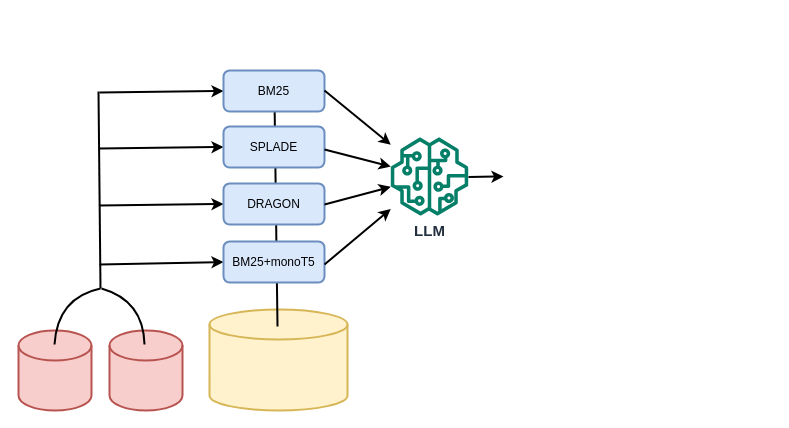
Before: Data Generation.drawio in Dundalia/Dundalia, a draw.io diagram. Source tidied: cells renumbered, new cells numbered last; positions are measured from the earlier drawing's top-left corner, leaving out a move shared by most shapes. Both pictures are drawn from the tidied source at 100%, with x=0, y=0 at pixel (18, 70).
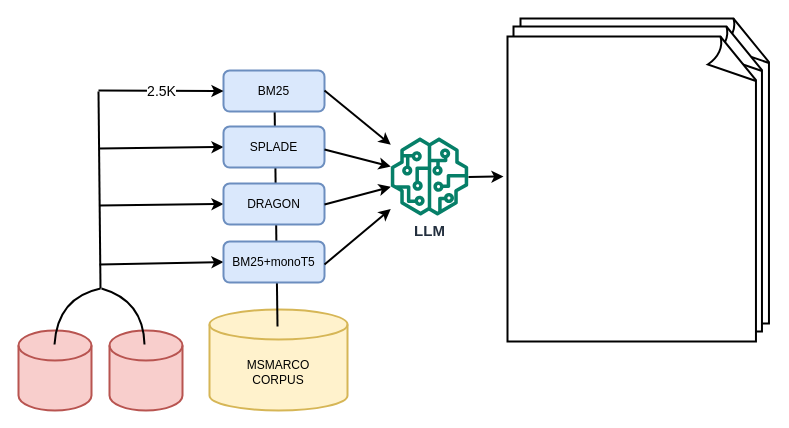
The same diagram, later.

Unchanged cells that the change refers to:
```xml
<mxCell id="13" value="BM25" style="rounded=1;whiteSpace=wrap;html=1;fillColor=#dae8fc;strokeColor=#6c8ebf;strokeWidth=2;" parent="1" vertex="1">
  <mxGeometry x="205" width="101" height="41" as="geometry" />
</mxCell>
```

Change to the diagram source:
```diff
@@
-    <mxCell id="7" style="endArrow=classic;html=1;rounded=0;strokeWidth=2;entryX=0;entryY=0.5;entryDx=0;entryDy=0;" parent="1" edge="1" target="13">
-      <mxGeometry relative="1" as="geometry">
-        <mxPoint x="81" y="22" as="sourcePoint" />
-      </mxGeometry>
-    </mxCell>
@@
-    <mxCell id="11" style="shape=cylinder3;whiteSpace=wrap;html=1;boundedLbl=1;backgroundOutline=1;size=15;fillColor=#fff2cc;strokeColor=#d6b656;strokeWidth=2;" parent="1" vertex="1">
+    <mxCell id="11" value="MSMARCO&lt;br&gt;CORPUS" style="shape=cylinder3;whiteSpace=wrap;html=1;boundedLbl=1;backgroundOutline=1;size=15;fillColor=#fff2cc;strokeColor=#d6b656;strokeWidth=2;" parent="1" vertex="1">
       <mxGeometry x="191" y="239" width="138" height="101" as="geometry" />
     </mxCell>
@@
+    <mxCell id="23" style="whiteSpace=wrap;html=1;shape=mxgraph.basic.document;strokeWidth=2;" parent="1" vertex="1">
+      <mxGeometry x="502" y="-52" width="251" height="305" as="geometry" />
+    </mxCell>
+    <mxCell id="24" style="whiteSpace=wrap;html=1;shape=mxgraph.basic.document;strokeWidth=2;" parent="1" vertex="1">
+      <mxGeometry x="495" y="-44" width="251" height="305" as="geometry" />
+    </mxCell>
+    <mxCell id="25" style="whiteSpace=wrap;html=1;shape=mxgraph.basic.document;strokeWidth=2;" parent="1" vertex="1">
+      <mxGeometry x="489" y="-34" width="251" height="305" as="geometry" />
+    </mxCell>
+    <mxCell id="26" style="endArrow=classic;html=1;rounded=0;entryX=0;entryY=0.5;entryDx=0;entryDy=0;strokeWidth=2;" parent="1" edge="1" target="13">
+      <mxGeometry relative="1" as="geometry">
+        <mxPoint x="80" y="20.1" as="sourcePoint" />
+      </mxGeometry>
+    </mxCell>
+    <mxCell id="27" value="&lt;font style=&quot;font-size: 14px;&quot;&gt;2.5K&lt;/font&gt;" style="edgeLabel;html=1;align=center;verticalAlign=middle;" parent="26" vertex="1">
+      <mxGeometry relative="1" as="geometry" />
+    </mxCell>
```
